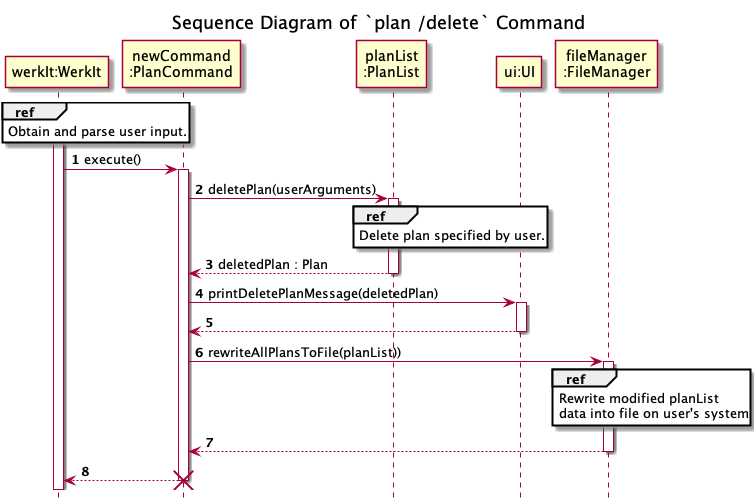
This is docs/uml/sequenceDiagrams/plans/images/deletePlan-Part1.png from nus-cs2113-AY2122S2/tp, a PlantUML export, as it was before one commit. Its diagram source:
```plantuml
@startuml
!include ../../Style.puml

autonumber

title Sequence Diagram of `plan /delete` Command
hide footbox

participant "werkIt:WerkIt" AS WerkIt
participant "newCommand\n:PlanCommand" AS deleteCommand
participant "planList\n:PlanList" AS PlanList
participant "ui:UI" AS UI2
participant "fileManager\n:FileManager" as FileManager

activate WerkIt
ref over WerkIt
Obtain and parse user input.
end

WerkIt -> deleteCommand : execute()
activate deleteCommand
deleteCommand -> PlanList : deletePlan(userArguments)
activate PlanList
ref over PlanList
Delete plan specified by user.
end
deleteCommand <-- PlanList : deletedPlan : Plan
deactivate PlanList

deleteCommand -> UI2 : printDeletePlanMessage(deletedPlan)
activate UI2
deleteCommand <-- UI2
deactivate UI2

deleteCommand -> FileManager : rewriteAllPlansToFile(planList))
activate FileManager
ref over FileManager
Rewrite modified planList
data into file on user's system
end
deleteCommand <-- FileManager
deactivate FileManager

WerkIt <-- deleteCommand
deactivate deleteCommand

destroy deleteCommand
@enduml
```
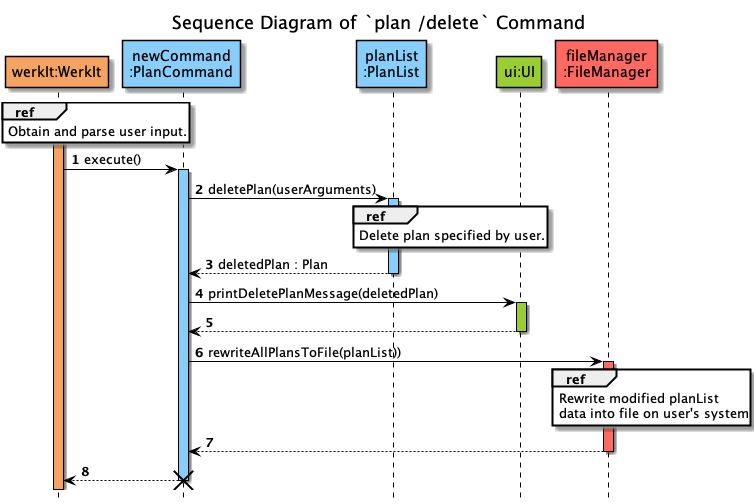
After the commit.

Commit message:
Color sequence diagram and standardize the arrow color to black

Diff of the diagram source:
```diff
@@ -6,21 +6,21 @@
 title Sequence Diagram of `plan /delete` Command
 hide footbox
 
-participant "werkIt:WerkIt" AS WerkIt
-participant "newCommand\n:PlanCommand" AS deleteCommand
-participant "planList\n:PlanList" AS PlanList
-participant "ui:UI" AS UI2
-participant "fileManager\n:FileManager" as FileManager
+participant "werkIt:WerkIt" AS WerkIt COLOR_WERKIT
+participant "newCommand\n:PlanCommand" AS deleteCommand COLOR_LOGIC
+participant "planList\n:PlanList" AS PlanList COLOR_LOGIC
+participant "ui:UI" AS UI2 COLOR_UI
+participant "fileManager\n:FileManager" as FileManager COLOR_STORAGE
 
-activate WerkIt
+activate WerkIt COLOR_WERKIT
 ref over WerkIt
 Obtain and parse user input.
 end
 
 WerkIt -> deleteCommand : execute()
-activate deleteCommand
+activate deleteCommand COLOR_LOGIC
 deleteCommand -> PlanList : deletePlan(userArguments)
-activate PlanList
+activate PlanList COLOR_LOGIC
 ref over PlanList
 Delete plan specified by user.
 end
@@ -28,12 +28,12 @@
 deactivate PlanList
 
 deleteCommand -> UI2 : printDeletePlanMessage(deletedPlan)
-activate UI2
+activate UI2 COLOR_UI
 deleteCommand <-- UI2
 deactivate UI2
 
 deleteCommand -> FileManager : rewriteAllPlansToFile(planList))
-activate FileManager
+activate FileManager COLOR_STORAGE
 ref over FileManager
 Rewrite modified planList
 data into file on user's system
```
